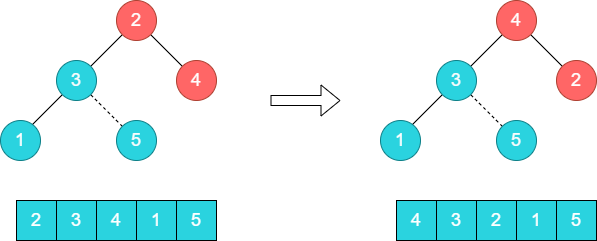
The draw.io diagram blog/datastructure_algorithm/heapsort-stable/heapsort-demo4.png in zgjsxx/static-img-repo, before a commit. Source tidied: cells renumbered, new cells last; positions are measured from the earlier drawing's top-left corner, leaving out a move shared by most shapes. Source of this version:
```xml
<mxGraphModel>
  <root>
    <mxCell id="0" />
    <mxCell id="1" parent="0" />
    <mxCell id="2" style="shape=flexArrow;endArrow=classic;html=1;rounded=0;strokeColor=#000000;fontSize=18;fontColor=#FFFFFF;" parent="1" edge="1">
      <mxGeometry relative="1" as="geometry">
        <mxPoint x="270" y="100" as="sourcePoint" />
        <mxPoint x="340" y="100" as="targetPoint" />
      </mxGeometry>
    </mxCell>
    <mxCell id="3" style="rounded=0;orthogonalLoop=1;jettySize=auto;html=1;exitX=0;exitY=1;exitDx=0;exitDy=0;entryX=1;entryY=0;entryDx=0;entryDy=0;endArrow=none;endFill=0;fillColor=#b0e3e6;strokeColor=#000000;fontColor=#fcfcfc;" parent="1" edge="1">
      <mxGeometry relative="1" as="geometry">
        <mxPoint x="501.9" y="34.1" as="sourcePoint" />
        <mxPoint x="470.1" y="65.9" as="targetPoint" />
      </mxGeometry>
    </mxCell>
    <mxCell id="4" style="rounded=0;orthogonalLoop=1;jettySize=auto;html=1;exitX=1;exitY=1;exitDx=0;exitDy=0;entryX=0;entryY=0;entryDx=0;entryDy=0;endArrow=none;endFill=0;fillColor=#b0e3e6;strokeColor=#000000;fontColor=#fcfcfc;" parent="1" edge="1">
      <mxGeometry relative="1" as="geometry">
        <mxPoint x="530.1" y="34.1" as="sourcePoint" />
        <mxPoint x="561.9" y="65.9" as="targetPoint" />
      </mxGeometry>
    </mxCell>
    <mxCell id="5" style="rounded=0;orthogonalLoop=1;jettySize=auto;html=1;exitX=0;exitY=1;exitDx=0;exitDy=0;entryX=1;entryY=0;entryDx=0;entryDy=0;endArrow=none;endFill=0;fillColor=#b0e3e6;strokeColor=#000000;fontColor=#fcfcfc;" parent="1" edge="1">
      <mxGeometry relative="1" as="geometry">
        <mxPoint x="441.9" y="94.1" as="sourcePoint" />
        <mxPoint x="410.1" y="125.9" as="targetPoint" />
      </mxGeometry>
    </mxCell>
    <mxCell id="6" style="rounded=0;orthogonalLoop=1;jettySize=auto;html=1;entryX=1;entryY=1;entryDx=0;entryDy=0;endArrow=none;endFill=0;fillColor=#b0e3e6;strokeColor=#000000;fontColor=#fcfcfc;dashed=1;" parent="1" edge="1">
      <mxGeometry relative="1" as="geometry">
        <mxPoint x="502" y="126" as="sourcePoint" />
        <mxPoint x="470.1" y="94.1" as="targetPoint" />
      </mxGeometry>
    </mxCell>
    <mxCell id="7" value="&lt;font style=&quot;font-size: 18px&quot;&gt;4&lt;/font&gt;" style="rounded=0;whiteSpace=wrap;html=1;fillColor=#2AD3DF;fontColor=#FFFFFF;" parent="1" vertex="1">
      <mxGeometry x="396" y="200" width="40" height="40" as="geometry" />
    </mxCell>
    <mxCell id="8" value="&lt;span style=&quot;font-size: 18px&quot;&gt;3&lt;/span&gt;" style="rounded=0;whiteSpace=wrap;html=1;fillColor=#2AD3DF;fontColor=#FFFFFF;" parent="1" vertex="1">
      <mxGeometry x="436" y="200" width="40" height="40" as="geometry" />
    </mxCell>
    <mxCell id="9" value="&lt;font style=&quot;font-size: 18px&quot;&gt;2&lt;/font&gt;" style="rounded=0;whiteSpace=wrap;html=1;fillColor=#2AD3DF;fontColor=#FFFFFF;" parent="1" vertex="1">
      <mxGeometry x="476" y="200" width="40" height="40" as="geometry" />
    </mxCell>
    <mxCell id="10" value="&lt;font style=&quot;font-size: 18px&quot;&gt;1&lt;/font&gt;" style="rounded=0;whiteSpace=wrap;html=1;fillColor=#2AD3DF;fontColor=#FFFFFF;" parent="1" vertex="1">
      <mxGeometry x="516" y="200" width="40" height="40" as="geometry" />
    </mxCell>
    <mxCell id="11" value="&lt;font style=&quot;font-size: 18px&quot;&gt;5&lt;/font&gt;" style="rounded=0;whiteSpace=wrap;html=1;fillColor=#2AD3DF;fontColor=#FFFFFF;" parent="1" vertex="1">
      <mxGeometry x="556" y="200" width="40" height="40" as="geometry" />
    </mxCell>
    <mxCell id="12" value="&lt;font color=&quot;#ffffff&quot; style=&quot;font-size: 18px&quot;&gt;4&lt;/font&gt;" style="ellipse;whiteSpace=wrap;html=1;fillColor=#FF6666;strokeColor=#ae4132;" parent="1" vertex="1">
      <mxGeometry x="496" width="40" height="40" as="geometry" />
    </mxCell>
    <mxCell id="13" value="&lt;font color=&quot;#ffffff&quot; style=&quot;font-size: 18px&quot;&gt;1&lt;/font&gt;" style="ellipse;whiteSpace=wrap;html=1;fillColor=#2AD3DF;strokeColor=#0E8088;" parent="1" vertex="1">
      <mxGeometry x="380" y="120" width="40" height="40" as="geometry" />
    </mxCell>
    <mxCell id="14" value="&lt;font style=&quot;font-size: 18px&quot;&gt;3&lt;/font&gt;" style="ellipse;whiteSpace=wrap;html=1;fillColor=#2AD3DF;strokeColor=#0e8088;fontColor=#fcfcfc;" parent="1" vertex="1">
      <mxGeometry x="436" y="60" width="40" height="40" as="geometry" />
    </mxCell>
    <mxCell id="15" style="rounded=0;orthogonalLoop=1;jettySize=auto;html=1;exitX=0;exitY=1;exitDx=0;exitDy=0;entryX=1;entryY=0;entryDx=0;entryDy=0;endArrow=none;endFill=0;fillColor=#b0e3e6;strokeColor=#000000;fontColor=#fcfcfc;" parent="1" edge="1">
      <mxGeometry relative="1" as="geometry">
        <mxPoint x="121.9" y="34.1" as="sourcePoint" />
        <mxPoint x="90.1" y="65.9" as="targetPoint" />
      </mxGeometry>
    </mxCell>
    <mxCell id="16" style="rounded=0;orthogonalLoop=1;jettySize=auto;html=1;exitX=1;exitY=1;exitDx=0;exitDy=0;entryX=0;entryY=0;entryDx=0;entryDy=0;endArrow=none;endFill=0;fillColor=#b0e3e6;strokeColor=#000000;fontColor=#fcfcfc;" parent="1" edge="1">
      <mxGeometry relative="1" as="geometry">
        <mxPoint x="150.1" y="34.1" as="sourcePoint" />
        <mxPoint x="181.9" y="65.9" as="targetPoint" />
      </mxGeometry>
    </mxCell>
    <mxCell id="17" style="rounded=0;orthogonalLoop=1;jettySize=auto;html=1;exitX=0;exitY=1;exitDx=0;exitDy=0;entryX=1;entryY=0;entryDx=0;entryDy=0;endArrow=none;endFill=0;fillColor=#b0e3e6;strokeColor=#000000;fontColor=#fcfcfc;" parent="1" edge="1">
      <mxGeometry relative="1" as="geometry">
        <mxPoint x="61.9" y="94.1" as="sourcePoint" />
        <mxPoint x="30.1" y="125.9" as="targetPoint" />
      </mxGeometry>
    </mxCell>
    <mxCell id="18" style="rounded=0;orthogonalLoop=1;jettySize=auto;html=1;entryX=1;entryY=1;entryDx=0;entryDy=0;endArrow=none;endFill=0;fillColor=#b0e3e6;strokeColor=#000000;fontColor=#fcfcfc;dashed=1;" parent="1" edge="1">
      <mxGeometry relative="1" as="geometry">
        <mxPoint x="122" y="126" as="sourcePoint" />
        <mxPoint x="90.1" y="94.1" as="targetPoint" />
      </mxGeometry>
    </mxCell>
    <mxCell id="19" value="&lt;font style=&quot;font-size: 18px&quot;&gt;2&lt;/font&gt;" style="rounded=0;whiteSpace=wrap;html=1;fillColor=#2AD3DF;fontColor=#FFFFFF;" parent="1" vertex="1">
      <mxGeometry x="16" y="200" width="40" height="40" as="geometry" />
    </mxCell>
    <mxCell id="20" value="&lt;span style=&quot;font-size: 18px&quot;&gt;3&lt;/span&gt;" style="rounded=0;whiteSpace=wrap;html=1;fillColor=#2AD3DF;fontColor=#FFFFFF;" parent="1" vertex="1">
      <mxGeometry x="56" y="200" width="40" height="40" as="geometry" />
    </mxCell>
    <mxCell id="21" value="&lt;font style=&quot;font-size: 18px&quot;&gt;4&lt;/font&gt;" style="rounded=0;whiteSpace=wrap;html=1;fillColor=#2AD3DF;fontColor=#FFFFFF;" parent="1" vertex="1">
      <mxGeometry x="96" y="200" width="40" height="40" as="geometry" />
    </mxCell>
    <mxCell id="22" value="&lt;font style=&quot;font-size: 18px&quot;&gt;1&lt;/font&gt;" style="rounded=0;whiteSpace=wrap;html=1;fillColor=#2AD3DF;fontColor=#FFFFFF;" parent="1" vertex="1">
      <mxGeometry x="136" y="200" width="40" height="40" as="geometry" />
    </mxCell>
    <mxCell id="23" value="&lt;font style=&quot;font-size: 18px&quot;&gt;5&lt;/font&gt;" style="rounded=0;whiteSpace=wrap;html=1;fillColor=#2AD3DF;fontColor=#FFFFFF;" parent="1" vertex="1">
      <mxGeometry x="176" y="200" width="40" height="40" as="geometry" />
    </mxCell>
    <mxCell id="24" value="&lt;font color=&quot;#ffffff&quot; style=&quot;font-size: 18px&quot;&gt;2&lt;/font&gt;" style="ellipse;whiteSpace=wrap;html=1;fillColor=#FF6666;strokeColor=#ae4132;" parent="1" vertex="1">
      <mxGeometry x="116" width="40" height="40" as="geometry" />
    </mxCell>
    <mxCell id="25" value="&lt;font color=&quot;#ffffff&quot; style=&quot;font-size: 18px&quot;&gt;1&lt;/font&gt;" style="ellipse;whiteSpace=wrap;html=1;fillColor=#2AD3DF;strokeColor=#0E8088;" parent="1" vertex="1">
      <mxGeometry y="120" width="40" height="40" as="geometry" />
    </mxCell>
    <mxCell id="26" value="&lt;font style=&quot;font-size: 18px&quot;&gt;3&lt;/font&gt;" style="ellipse;whiteSpace=wrap;html=1;fillColor=#2AD3DF;strokeColor=#0e8088;fontColor=#fcfcfc;" parent="1" vertex="1">
      <mxGeometry x="56" y="60" width="40" height="40" as="geometry" />
    </mxCell>
    <mxCell id="27" value="&lt;font style=&quot;font-size: 18px&quot;&gt;5&lt;/font&gt;" style="ellipse;whiteSpace=wrap;html=1;fillColor=#2AD3DF;strokeColor=#0e8088;fontColor=#fcfcfc;" parent="1" vertex="1">
      <mxGeometry x="116" y="120" width="40" height="40" as="geometry" />
    </mxCell>
    <mxCell id="28" value="&lt;font color=&quot;#ffffff&quot; style=&quot;font-size: 18px&quot;&gt;4&lt;/font&gt;" style="ellipse;whiteSpace=wrap;html=1;fillColor=#FF6666;strokeColor=#ae4132;" parent="1" vertex="1">
      <mxGeometry x="176" y="60" width="40" height="40" as="geometry" />
    </mxCell>
    <mxCell id="29" value="&lt;font color=&quot;#ffffff&quot; style=&quot;font-size: 18px&quot;&gt;2&lt;/font&gt;" style="ellipse;whiteSpace=wrap;html=1;fillColor=#FF6666;strokeColor=#ae4132;" parent="1" vertex="1">
      <mxGeometry x="556" y="60" width="40" height="40" as="geometry" />
    </mxCell>
    <mxCell id="30" value="&lt;font style=&quot;font-size: 18px&quot;&gt;5&lt;/font&gt;" style="ellipse;whiteSpace=wrap;html=1;fillColor=#2AD3DF;strokeColor=#0e8088;fontColor=#fcfcfc;" parent="1" vertex="1">
      <mxGeometry x="496" y="120" width="40" height="40" as="geometry" />
    </mxCell>
  </root>
</mxGraphModel>
```
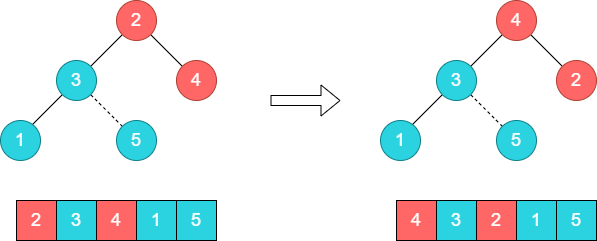
The same file after the commit.

Change to the diagram source:
```diff
@@ -32,13 +32,13 @@
         <mxPoint x="470.1" y="94.1" as="targetPoint" />
       </mxGeometry>
     </mxCell>
-    <mxCell id="7" value="&lt;font style=&quot;font-size: 18px&quot;&gt;4&lt;/font&gt;" style="rounded=0;whiteSpace=wrap;html=1;fillColor=#2AD3DF;fontColor=#FFFFFF;" parent="1" vertex="1">
+    <mxCell id="7" value="&lt;font style=&quot;font-size: 18px&quot;&gt;4&lt;/font&gt;" style="rounded=0;whiteSpace=wrap;html=1;fillColor=#FF6666;fontColor=#FFFFFF;" parent="1" vertex="1">
       <mxGeometry x="396" y="200" width="40" height="40" as="geometry" />
     </mxCell>
     <mxCell id="8" value="&lt;span style=&quot;font-size: 18px&quot;&gt;3&lt;/span&gt;" style="rounded=0;whiteSpace=wrap;html=1;fillColor=#2AD3DF;fontColor=#FFFFFF;" parent="1" vertex="1">
       <mxGeometry x="436" y="200" width="40" height="40" as="geometry" />
     </mxCell>
-    <mxCell id="9" value="&lt;font style=&quot;font-size: 18px&quot;&gt;2&lt;/font&gt;" style="rounded=0;whiteSpace=wrap;html=1;fillColor=#2AD3DF;fontColor=#FFFFFF;" parent="1" vertex="1">
+    <mxCell id="9" value="&lt;font style=&quot;font-size: 18px&quot;&gt;2&lt;/font&gt;" style="rounded=0;whiteSpace=wrap;html=1;fillColor=#FF6666;fontColor=#FFFFFF;" parent="1" vertex="1">
       <mxGeometry x="476" y="200" width="40" height="40" as="geometry" />
     </mxCell>
     <mxCell id="10" value="&lt;font style=&quot;font-size: 18px&quot;&gt;1&lt;/font&gt;" style="rounded=0;whiteSpace=wrap;html=1;fillColor=#2AD3DF;fontColor=#FFFFFF;" parent="1" vertex="1">
@@ -80,13 +80,13 @@
         <mxPoint x="90.1" y="94.1" as="targetPoint" />
       </mxGeometry>
     </mxCell>
-    <mxCell id="19" value="&lt;font style=&quot;font-size: 18px&quot;&gt;2&lt;/font&gt;" style="rounded=0;whiteSpace=wrap;html=1;fillColor=#2AD3DF;fontColor=#FFFFFF;" parent="1" vertex="1">
+    <mxCell id="19" value="&lt;font style=&quot;font-size: 18px&quot;&gt;2&lt;/font&gt;" style="rounded=0;whiteSpace=wrap;html=1;fillColor=#FF6666;fontColor=#FFFFFF;" parent="1" vertex="1">
       <mxGeometry x="16" y="200" width="40" height="40" as="geometry" />
     </mxCell>
     <mxCell id="20" value="&lt;span style=&quot;font-size: 18px&quot;&gt;3&lt;/span&gt;" style="rounded=0;whiteSpace=wrap;html=1;fillColor=#2AD3DF;fontColor=#FFFFFF;" parent="1" vertex="1">
       <mxGeometry x="56" y="200" width="40" height="40" as="geometry" />
     </mxCell>
-    <mxCell id="21" value="&lt;font style=&quot;font-size: 18px&quot;&gt;4&lt;/font&gt;" style="rounded=0;whiteSpace=wrap;html=1;fillColor=#2AD3DF;fontColor=#FFFFFF;" parent="1" vertex="1">
+    <mxCell id="21" value="&lt;font style=&quot;font-size: 18px&quot;&gt;4&lt;/font&gt;" style="rounded=0;whiteSpace=wrap;html=1;fillColor=#FF6666;fontColor=#FFFFFF;" parent="1" vertex="1">
       <mxGeometry x="96" y="200" width="40" height="40" as="geometry" />
     </mxCell>
     <mxCell id="22" value="&lt;font style=&quot;font-size: 18px&quot;&gt;1&lt;/font&gt;" style="rounded=0;whiteSpace=wrap;html=1;fillColor=#2AD3DF;fontColor=#FFFFFF;" parent="1" vertex="1">
```
